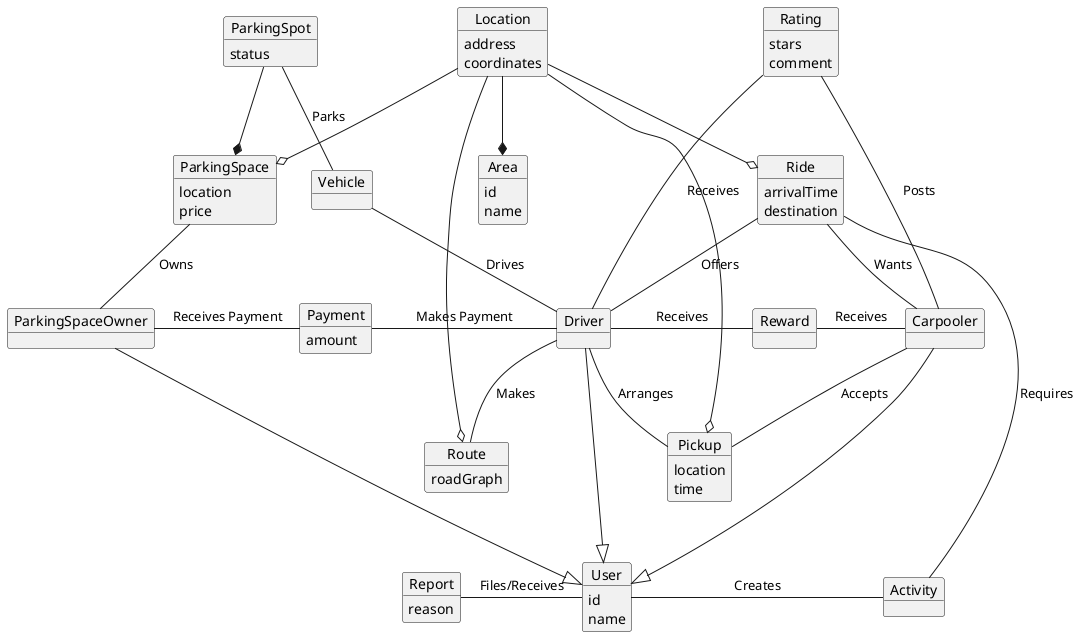
Before: images/domain-model.png, a diagram exported from PlantUML (YannisRavasopoulos/ProjectSD_S6).
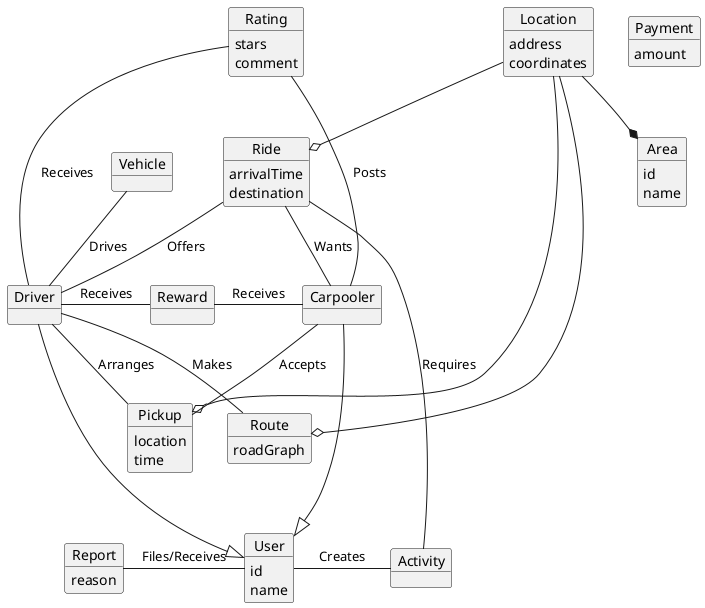
Later version of the same file.

Diff of the diagram source:
```diff
@@ -13,27 +13,6 @@
 }
 
 Driver --up Vehicle: "Drives"
-
-object ParkingSpaceOwner {
-
-}
-
-ParkingSpaceOwner --down|> User
-
-object ParkingSpace {
-    location
-    price
-}
-
-ParkingSpaceOwner --up ParkingSpace: "Owns"
-
-object ParkingSpot {
-    status
-}
-
-ParkingSpace *--up ParkingSpot
-
-Vehicle --up ParkingSpot: "Parks"
 
 object Carpooler {
 }
@@ -54,9 +33,6 @@
 object Payment {
     amount
 }
-
-Driver --left Payment: "Makes Payment"
-ParkingSpaceOwner --right Payment: "Receives Payment"
 
 object Reward {
 }
@@ -107,7 +83,6 @@
     coordinates
 }
 
-Location --o ParkingSpace
 Location --o Ride
 Location --o Pickup
 Location --o Route
```
